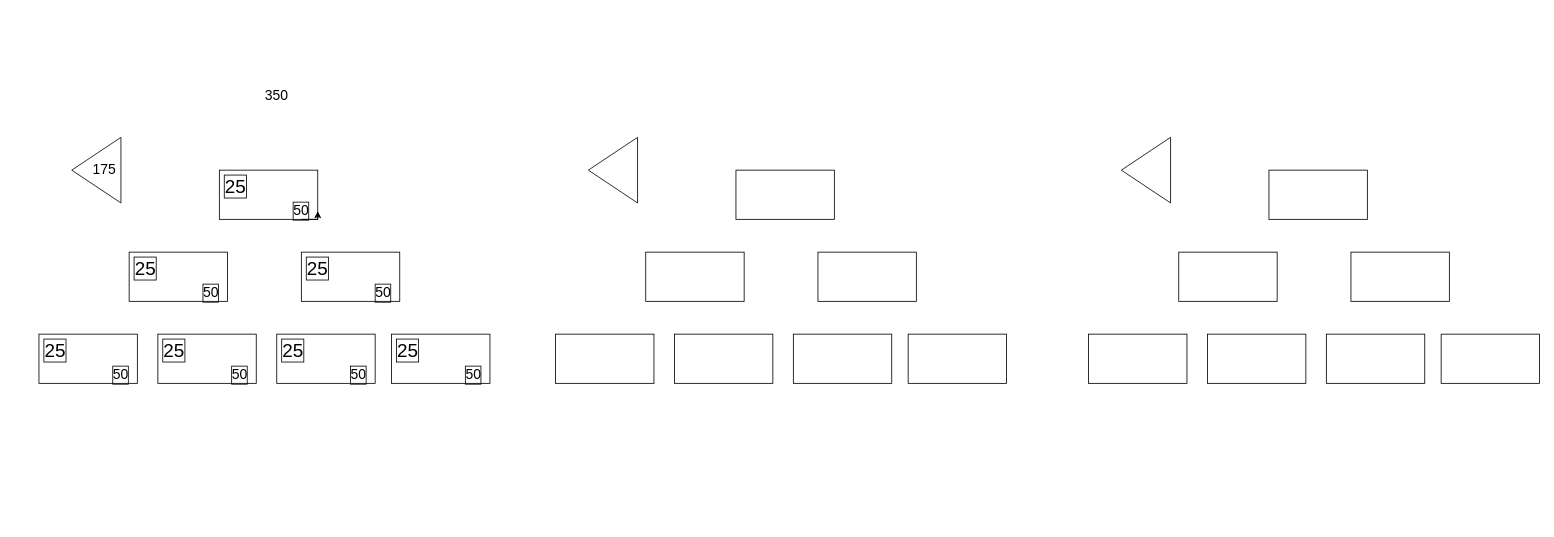
Earlier version of the draw.io diagram Untitled Diagram.drawio (lotnetwork/Spoon-Knife). Source tidied: cells renumbered, new cells numbered last; positions are measured from the earlier drawing's top-left corner, leaving out a move shared by most shapes. Both pictures are drawn from the tidied source at 82%, with x=0, y=0 at pixel (39, 88).
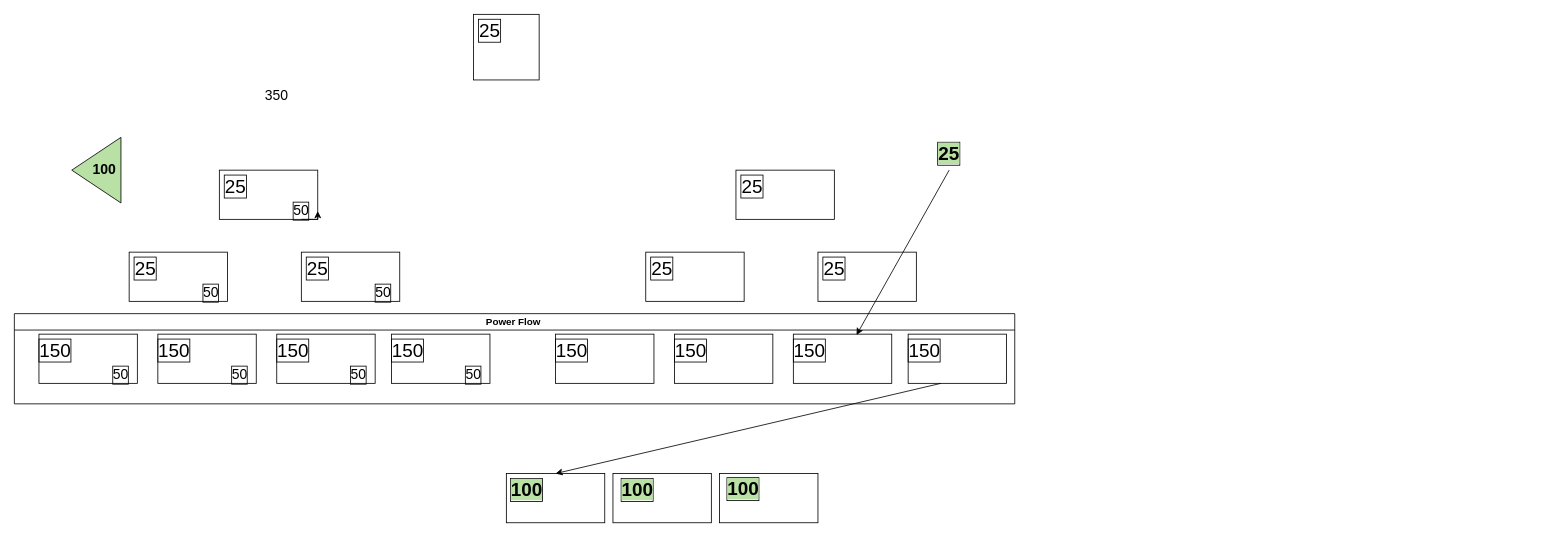
After the change.

The change refers to these unchanged cells:
```xml
<mxCell id="24" style="rounded=0;whiteSpace=wrap;html=1;" parent="1" vertex="1">
  <mxGeometry x="920" y="300" width="120" height="60" as="geometry" />
</mxCell>
```

The edit, as a diff of the source:
```diff
@@
-    <mxCell id="17" style="triangle;whiteSpace=wrap;html=1;rotation=-180;" parent="1" vertex="1">
+    <mxCell id="17" style="triangle;whiteSpace=wrap;html=1;rotation=-180;fillColor=#B9E0A5;" parent="1" vertex="1">
       <mxGeometry x="40" y="60" width="60" height="80" as="geometry" />
     </mxCell>
-    <mxCell id="18" value="175" style="text;html=1;strokeColor=none;fillColor=none;align=center;verticalAlign=middle;whiteSpace=wrap;rounded=0;fontSize=17;" parent="1" vertex="1">
+    <mxCell id="18" value="&lt;b&gt;100&lt;/b&gt;" style="text;html=1;strokeColor=none;fillColor=none;align=center;verticalAlign=middle;whiteSpace=wrap;rounded=0;fontSize=17;" parent="1" vertex="1">
       <mxGeometry x="60" y="90" width="40" height="20" as="geometry" />
     </mxCell>
@@
-    <mxCell id="26" style="triangle;whiteSpace=wrap;html=1;rotation=-180;" parent="1" vertex="1">
-      <mxGeometry x="670" y="60" width="60" height="80" as="geometry" />
-    </mxCell>
@@
-    <mxCell id="28" style="rounded=0;whiteSpace=wrap;html=1;" parent="1" vertex="1">
-      <mxGeometry x="1500" y="100" width="120" height="60" as="geometry" />
-    </mxCell>
-    <mxCell id="29" style="rounded=0;whiteSpace=wrap;html=1;" parent="1" vertex="1">
-      <mxGeometry x="1390" y="200" width="120" height="60" as="geometry" />
-    </mxCell>
-    <mxCell id="30" style="rounded=0;whiteSpace=wrap;html=1;" parent="1" vertex="1">
-      <mxGeometry x="1600" y="200" width="120" height="60" as="geometry" />
-    </mxCell>
-    <mxCell id="31" style="rounded=0;whiteSpace=wrap;html=1;" parent="1" vertex="1">
-      <mxGeometry x="1280" y="300" width="120" height="60" as="geometry" />
-    </mxCell>
-    <mxCell id="32" style="rounded=0;whiteSpace=wrap;html=1;" parent="1" vertex="1">
-      <mxGeometry x="1425" y="300" width="120" height="60" as="geometry" />
-    </mxCell>
-    <mxCell id="33" style="rounded=0;whiteSpace=wrap;html=1;" parent="1" vertex="1">
-      <mxGeometry x="1570" y="300" width="120" height="60" as="geometry" />
-    </mxCell>
-    <mxCell id="34" style="rounded=0;whiteSpace=wrap;html=1;" parent="1" vertex="1">
-      <mxGeometry x="1710" y="300" width="120" height="60" as="geometry" />
-    </mxCell>
-    <mxCell id="35" style="triangle;whiteSpace=wrap;html=1;rotation=-180;" parent="1" vertex="1">
-      <mxGeometry x="1320" y="60" width="60" height="80" as="geometry" />
-    </mxCell>
@@
-    <mxCell id="38" value="25" style="text;html=1;strokeColor=none;fillColor=none;align=center;verticalAlign=middle;whiteSpace=wrap;rounded=0;labelBorderColor=#000000;fontSize=23;" parent="1" vertex="1">
+    <mxCell id="38" value="150" style="text;html=1;strokeColor=none;fillColor=none;align=center;verticalAlign=middle;whiteSpace=wrap;rounded=0;labelBorderColor=#000000;fontSize=23;" parent="1" vertex="1">
       <mxGeometry y="310" width="40" height="20" as="geometry" />
     </mxCell>
-    <mxCell id="39" value="25" style="text;html=1;strokeColor=none;fillColor=none;align=center;verticalAlign=middle;whiteSpace=wrap;rounded=0;labelBorderColor=#000000;fontSize=23;" parent="1" vertex="1">
+    <mxCell id="39" value="150" style="text;html=1;strokeColor=none;fillColor=none;align=center;verticalAlign=middle;whiteSpace=wrap;rounded=0;labelBorderColor=#000000;fontSize=23;" parent="1" vertex="1">
       <mxGeometry x="145" y="310" width="40" height="20" as="geometry" />
     </mxCell>
-    <mxCell id="40" value="25" style="text;html=1;strokeColor=none;fillColor=none;align=center;verticalAlign=middle;whiteSpace=wrap;rounded=0;labelBorderColor=#000000;fontSize=23;" parent="1" vertex="1">
+    <mxCell id="40" value="150" style="text;html=1;strokeColor=none;fillColor=none;align=center;verticalAlign=middle;whiteSpace=wrap;rounded=0;labelBorderColor=#000000;fontSize=23;" parent="1" vertex="1">
       <mxGeometry x="290" y="310" width="40" height="20" as="geometry" />
     </mxCell>
@@
-    <mxCell id="42" value="25" style="text;html=1;strokeColor=none;fillColor=none;align=center;verticalAlign=middle;whiteSpace=wrap;rounded=0;labelBorderColor=#000000;fontSize=23;" parent="1" vertex="1">
+    <mxCell id="42" value="150" style="text;html=1;strokeColor=none;fillColor=none;align=center;verticalAlign=middle;whiteSpace=wrap;rounded=0;labelBorderColor=#000000;fontSize=23;" parent="1" vertex="1">
       <mxGeometry x="430" y="310" width="40" height="20" as="geometry" />
     </mxCell>
+    <mxCell id="43" style="whiteSpace=wrap;html=1;" parent="1" vertex="1">
+      <mxGeometry x="530" y="-90" width="80" height="80" as="geometry" />
+    </mxCell>
+    <mxCell id="44" value="150" style="text;html=1;strokeColor=none;fillColor=none;align=center;verticalAlign=middle;whiteSpace=wrap;rounded=0;labelBorderColor=#000000;fontSize=23;" parent="1" vertex="1">
+      <mxGeometry x="630" y="310" width="40" height="20" as="geometry" />
+    </mxCell>
+    <mxCell id="45" value="150" style="text;html=1;strokeColor=none;fillColor=none;align=center;verticalAlign=middle;whiteSpace=wrap;rounded=0;labelBorderColor=#000000;fontSize=23;" parent="1" vertex="1">
+      <mxGeometry x="775" y="310" width="40" height="20" as="geometry" />
+    </mxCell>
+    <mxCell id="46" value="150" style="text;html=1;strokeColor=none;fillColor=none;align=center;verticalAlign=middle;whiteSpace=wrap;rounded=0;labelBorderColor=#000000;fontSize=23;" parent="1" vertex="1">
+      <mxGeometry x="920" y="310" width="40" height="20" as="geometry" />
+    </mxCell>
+    <mxCell id="47" value="150" style="text;html=1;strokeColor=none;fillColor=none;align=center;verticalAlign=middle;whiteSpace=wrap;rounded=0;labelBorderColor=#000000;fontSize=23;" parent="1" vertex="1">
+      <mxGeometry x="1060" y="310" width="40" height="20" as="geometry" />
+    </mxCell>
+    <mxCell id="48" value="25" style="text;html=1;strokeColor=none;fillColor=none;align=center;verticalAlign=middle;whiteSpace=wrap;rounded=0;labelBorderColor=#000000;fontSize=23;" parent="1" vertex="1">
+      <mxGeometry x="740" y="210" width="40" height="20" as="geometry" />
+    </mxCell>
+    <mxCell id="49" value="25" style="text;html=1;strokeColor=none;fillColor=none;align=center;verticalAlign=middle;whiteSpace=wrap;rounded=0;labelBorderColor=#000000;fontSize=23;" parent="1" vertex="1">
+      <mxGeometry x="950" y="210" width="40" height="20" as="geometry" />
+    </mxCell>
+    <mxCell id="50" value="25" style="text;html=1;strokeColor=none;fillColor=none;align=center;verticalAlign=middle;whiteSpace=wrap;rounded=0;labelBorderColor=#000000;fontSize=23;" parent="1" vertex="1">
+      <mxGeometry x="850" y="110" width="40" height="20" as="geometry" />
+    </mxCell>
+    <mxCell id="51" value="25" style="text;html=1;strokeColor=none;fillColor=none;align=center;verticalAlign=middle;whiteSpace=wrap;rounded=0;labelBorderColor=#000000;fontSize=23;" parent="1" vertex="1">
+      <mxGeometry x="530" y="-80" width="40" height="20" as="geometry" />
+    </mxCell>
+    <mxCell id="52" style="rounded=0;whiteSpace=wrap;html=1;" parent="1" vertex="1">
+      <mxGeometry x="830" y="470" width="120" height="60" as="geometry" />
+    </mxCell>
+    <mxCell id="53" style="rounded=0;whiteSpace=wrap;html=1;" parent="1" vertex="1">
+      <mxGeometry x="700" y="470" width="120" height="60" as="geometry" />
+    </mxCell>
+    <mxCell id="54" style="rounded=0;whiteSpace=wrap;html=1;" parent="1" vertex="1">
+      <mxGeometry x="570" y="470" width="120" height="60" as="geometry" />
+    </mxCell>
+    <mxCell id="55" value="&lt;b style=&quot;background-color: rgb(185 , 224 , 165)&quot;&gt;100&lt;/b&gt;" style="text;html=1;strokeColor=none;fillColor=none;align=center;verticalAlign=middle;whiteSpace=wrap;rounded=0;labelBorderColor=#000000;fontSize=23;" parent="1" vertex="1">
+      <mxGeometry x="575" y="480" width="40" height="20" as="geometry" />
+    </mxCell>
+    <mxCell id="56" value="Power Flow&amp;nbsp;" style="swimlane;html=1;startSize=20;horizontal=1;containerType=tree;" parent="1" vertex="1">
+      <mxGeometry x="-30" y="275" width="1220" height="110" as="geometry" />
+    </mxCell>
+    <mxCell id="57" style="endArrow=classic;html=1;entryX=0.5;entryY=0;entryDx=0;entryDy=0;" parent="1" edge="1" target="54">
+      <mxGeometry relative="1" as="geometry">
+        <mxPoint x="1100" y="360" as="sourcePoint" />
+      </mxGeometry>
+    </mxCell>
+    <mxCell id="58" value="&lt;span style=&quot;background-color: rgb(185 , 224 , 165)&quot;&gt;&lt;b&gt;25&lt;/b&gt;&lt;/span&gt;" style="text;html=1;strokeColor=none;fillColor=none;align=center;verticalAlign=middle;whiteSpace=wrap;rounded=0;labelBorderColor=#000000;fontSize=23;" parent="1" vertex="1">
+      <mxGeometry x="1090" y="70" width="40" height="20" as="geometry" />
+    </mxCell>
+    <mxCell id="59" style="endArrow=classic;html=1;entryX=0.642;entryY=0.017;entryDx=0;entryDy=0;entryPerimeter=0;" parent="1" edge="1" target="24">
+      <mxGeometry relative="1" as="geometry">
+        <mxPoint x="1110" y="100" as="sourcePoint" />
+      </mxGeometry>
+    </mxCell>
+    <mxCell id="60" value="&lt;b style=&quot;background-color: rgb(185 , 224 , 165)&quot;&gt;100&lt;/b&gt;" style="text;html=1;strokeColor=none;fillColor=none;align=center;verticalAlign=middle;whiteSpace=wrap;rounded=0;labelBorderColor=#000000;fontSize=23;" parent="1" vertex="1">
+      <mxGeometry x="710" y="480" width="40" height="20" as="geometry" />
+    </mxCell>
+    <mxCell id="61" value="&lt;b style=&quot;background-color: rgb(185 , 224 , 165)&quot;&gt;100&lt;/b&gt;" style="text;html=1;strokeColor=none;fillColor=none;align=center;verticalAlign=middle;whiteSpace=wrap;rounded=0;labelBorderColor=#000000;fontSize=23;" parent="1" vertex="1">
+      <mxGeometry x="839" y="479" width="40" height="20" as="geometry" />
+    </mxCell>
```
